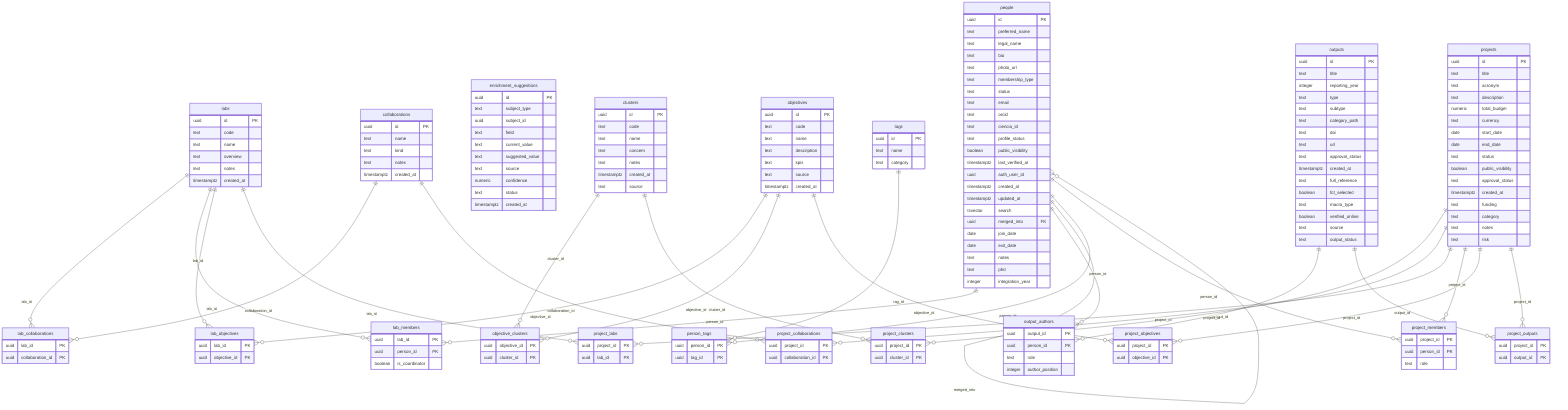
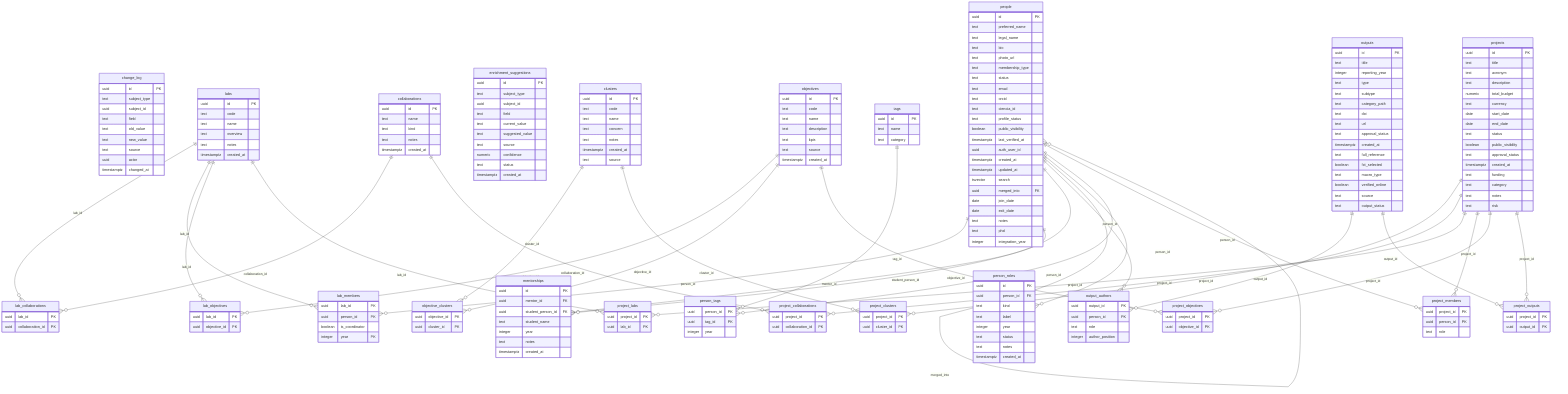
%% generated 2026-07-23 by scripts/gen_schema_diagram.py — do not edit by hand
erDiagram
+   change_log {
+     uuid id PK
+     text subject_type
+     uuid subject_id
+     text field
+     text old_value
+     text new_value
+     text source
+     uuid actor
+     timestamptz changed_at
+   }
  clusters {
    uuid id PK
    text code
    text name
    text concern
    text notes
    timestamptz created_at
    text source
  }
  collaborations {
    uuid id PK
    text name
    text kind
    text notes
    timestamptz created_at
  }
  enrichment_suggestions {
    uuid id PK
    text subject_type
    uuid subject_id
    text field
    text current_value
    text suggested_value
    text source
    numeric confidence
    text status
    timestamptz created_at
  }
  lab_collaborations {
    uuid lab_id PK
    uuid collaboration_id PK
  }
  lab_members {
    uuid lab_id PK
    uuid person_id PK
    boolean is_coordinator
+     integer year PK
  }
  lab_objectives {
    uuid lab_id PK
    uuid objective_id PK
  }
  labs {
    uuid id PK
    text code
    text name
    text overview
+     text notes
+     timestamptz created_at
+   }
+   mentorships {
+     uuid id PK
+     uuid mentor_id FK
+     uuid student_person_id FK
+     text student_name
+     integer year
    text notes
    timestamptz created_at
  }
  objective_clusters {
    uuid objective_id PK
    uuid cluster_id PK
  }
  objectives {
    uuid id PK
    text code
    text name
    text description
    text kpis
    text source
    timestamptz created_at
  }
  output_authors {
    uuid output_id PK
    uuid person_id PK
    text role
    integer author_position
  }
  outputs {
    uuid id PK
    text title
    integer reporting_year
    text type
    text subtype
    text category_path
    text doi
    text url
    text approval_status
    timestamptz created_at
    text full_reference
    boolean fct_selected
    text macro_type
    boolean verified_online
    text source
    text output_status
  }
  people {
    uuid id PK
    text preferred_name
    text legal_name
    text bio
    text photo_url
    text membership_type
    text status
    text email
    text orcid
    text ciencia_id
    text profile_status
    boolean public_visibility
    timestamptz last_verified_at
    uuid auth_user_id
    timestamptz created_at
    timestamptz updated_at
    tsvector search
    uuid merged_into FK
    date join_date
    date exit_date
    text notes
    text phd
    integer integration_year
  }
+   person_roles {
+     uuid id PK
+     uuid person_id FK
+     text kind
+     text label
+     integer year
+     text status
+     text notes
+     timestamptz created_at
+   }
  person_tags {
    uuid person_id PK
    uuid tag_id PK
+     integer year
  }
  project_clusters {
    uuid project_id PK
    uuid cluster_id PK
  }
  project_collaborations {
    uuid project_id PK
    uuid collaboration_id PK
  }
  project_labs {
    uuid project_id PK
    uuid lab_id PK
  }
  project_members {
    uuid project_id PK
    uuid person_id PK
    text role
  }
  project_objectives {
    uuid project_id PK
    uuid objective_id PK
  }
  project_outputs {
    uuid project_id PK
    uuid output_id PK
  }
  projects {
    uuid id PK
    text title
    text acronym
    text description
    numeric total_budget
    text currency
    date start_date
    date end_date
    text status
    boolean public_visibility
    text approval_status
    timestamptz created_at
    text funding
    text category
    text notes
    text risk
  }
  tags {
    uuid id PK
    text name
    text category
  }

  clusters ||--o{ objective_clusters : "cluster_id"
  clusters ||--o{ project_clusters : "cluster_id"
  collaborations ||--o{ lab_collaborations : "collaboration_id"
  collaborations ||--o{ project_collaborations : "collaboration_id"
  labs ||--o{ lab_collaborations : "lab_id"
  labs ||--o{ lab_members : "lab_id"
  labs ||--o{ lab_objectives : "lab_id"
  labs ||--o{ project_labs : "lab_id"
  objectives ||--o{ lab_objectives : "objective_id"
  objectives ||--o{ objective_clusters : "objective_id"
  objectives ||--o{ project_objectives : "objective_id"
  outputs ||--o{ output_authors : "output_id"
  outputs ||--o{ project_outputs : "output_id"
  people ||--o{ lab_members : "person_id"
+   people ||--o{ mentorships : "mentor_id"
+   people ||--o{ mentorships : "student_person_id"
  people ||--o{ output_authors : "person_id"
  people ||--o{ people : "merged_into"
+   people ||--o{ person_roles : "person_id"
  people ||--o{ person_tags : "person_id"
  people ||--o{ project_members : "person_id"
  projects ||--o{ project_clusters : "project_id"
  projects ||--o{ project_collaborations : "project_id"
  projects ||--o{ project_labs : "project_id"
  projects ||--o{ project_members : "project_id"
  projects ||--o{ project_objectives : "project_id"
  projects ||--o{ project_outputs : "project_id"
  tags ||--o{ person_tags : "tag_id"
